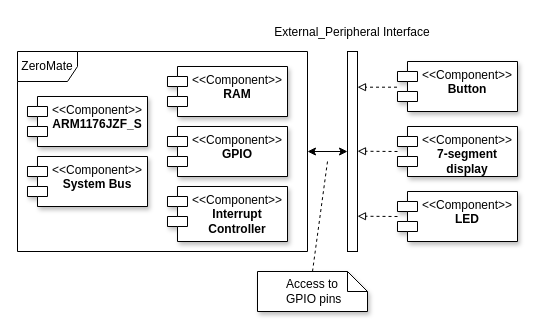
Above: docs/diagrams/peripherals/peripherals.drawio in silhavyj/ZeroMate (draw.io), before the change. Source tidied: cells renumbered, new cells numbered last; positions are measured from the earlier drawing's top-left corner, leaving out a move shared by most shapes. Both pictures are drawn from the tidied source at 100%, with x=0, y=0 at pixel (17, 17).
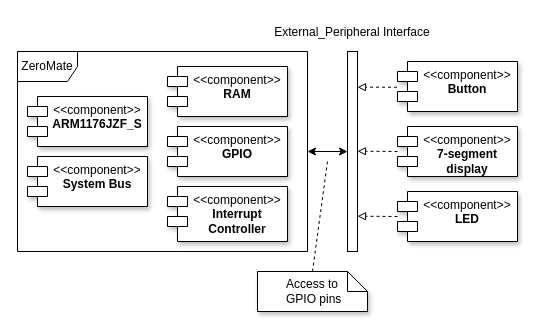
The same diagram, later.

The edit, as a diff of the source:
```diff
@@
-    <mxCell id="3" value="&amp;lt;&amp;lt;Component&amp;gt;&amp;gt;&lt;br&gt;&lt;b&gt;RAM&lt;/b&gt;" style="shape=module;align=left;spacingLeft=20;align=center;verticalAlign=top;whiteSpace=wrap;html=1;fontFamily=Computer Modern;shadow=1;" parent="1" vertex="1">
+    <mxCell id="3" value="&amp;lt;&amp;lt;component&amp;gt;&amp;gt;&lt;br&gt;&lt;b&gt;RAM&lt;/b&gt;" style="shape=module;align=left;spacingLeft=20;align=center;verticalAlign=top;whiteSpace=wrap;html=1;fontFamily=Computer Modern;shadow=1;" parent="1" vertex="1">
       <mxGeometry x="150" y="49" width="120" height="50" as="geometry" />
     </mxCell>
-    <mxCell id="4" value="&amp;lt;&amp;lt;Component&amp;gt;&amp;gt;&lt;br&gt;&lt;b&gt;GPIO&lt;/b&gt;" style="shape=module;align=left;spacingLeft=20;align=center;verticalAlign=top;whiteSpace=wrap;html=1;fontFamily=Computer Modern;shadow=1;" parent="1" vertex="1">
+    <mxCell id="4" value="&amp;lt;&amp;lt;component&amp;gt;&amp;gt;&lt;br&gt;&lt;b&gt;GPIO&lt;/b&gt;" style="shape=module;align=left;spacingLeft=20;align=center;verticalAlign=top;whiteSpace=wrap;html=1;fontFamily=Computer Modern;shadow=1;" parent="1" vertex="1">
       <mxGeometry x="150" y="109" width="120" height="50" as="geometry" />
     </mxCell>
-    <mxCell id="5" value="&amp;lt;&amp;lt;Component&amp;gt;&amp;gt;&lt;br&gt;&lt;b&gt;Interrupt Controller&lt;/b&gt;" style="shape=module;align=left;spacingLeft=20;align=center;verticalAlign=top;whiteSpace=wrap;html=1;fontFamily=Computer Modern;shadow=1;" parent="1" vertex="1">
+    <mxCell id="5" value="&amp;lt;&amp;lt;component&amp;gt;&amp;gt;&lt;br&gt;&lt;b&gt;Interrupt Controller&lt;/b&gt;" style="shape=module;align=left;spacingLeft=20;align=center;verticalAlign=top;whiteSpace=wrap;html=1;fontFamily=Computer Modern;shadow=1;" parent="1" vertex="1">
       <mxGeometry x="150" y="169" width="120" height="55" as="geometry" />
     </mxCell>
-    <mxCell id="6" value="&amp;lt;&amp;lt;Component&amp;gt;&amp;gt;&lt;br&gt;&lt;b&gt;ARM1176JZF_S&lt;/b&gt;" style="shape=module;align=left;spacingLeft=20;align=center;verticalAlign=top;whiteSpace=wrap;html=1;fontFamily=Computer Modern;shadow=1;" parent="1" vertex="1">
+    <mxCell id="6" value="&amp;lt;&amp;lt;component&amp;gt;&amp;gt;&lt;br&gt;&lt;b&gt;ARM1176JZF_S&lt;/b&gt;" style="shape=module;align=left;spacingLeft=20;align=center;verticalAlign=top;whiteSpace=wrap;html=1;fontFamily=Computer Modern;shadow=1;" parent="1" vertex="1">
       <mxGeometry x="10" y="79" width="120" height="50" as="geometry" />
     </mxCell>
@@
-    <mxCell id="10" value="&amp;lt;&amp;lt;Component&amp;gt;&amp;gt;&lt;br&gt;&lt;b&gt;Button&lt;/b&gt;" style="shape=module;align=left;spacingLeft=20;align=center;verticalAlign=top;whiteSpace=wrap;html=1;fontFamily=Computer Modern;shadow=1;" parent="1" vertex="1">
+    <mxCell id="10" value="&amp;lt;&amp;lt;component&amp;gt;&amp;gt;&lt;br&gt;&lt;b&gt;Button&lt;/b&gt;" style="shape=module;align=left;spacingLeft=20;align=center;verticalAlign=top;whiteSpace=wrap;html=1;fontFamily=Computer Modern;shadow=1;" parent="1" vertex="1">
       <mxGeometry x="380" y="44" width="120" height="50" as="geometry" />
     </mxCell>
-    <mxCell id="11" value="&amp;lt;&amp;lt;Component&amp;gt;&amp;gt;&lt;br&gt;&lt;b&gt;7-segment display&lt;/b&gt;" style="shape=module;align=left;spacingLeft=20;align=center;verticalAlign=top;whiteSpace=wrap;html=1;fontFamily=Computer Modern;shadow=1;" parent="1" vertex="1">
+    <mxCell id="11" value="&amp;lt;&amp;lt;component&amp;gt;&amp;gt;&lt;br&gt;&lt;b&gt;7-segment display&lt;/b&gt;" style="shape=module;align=left;spacingLeft=20;align=center;verticalAlign=top;whiteSpace=wrap;html=1;fontFamily=Computer Modern;shadow=1;" parent="1" vertex="1">
       <mxGeometry x="380" y="109" width="120" height="50" as="geometry" />
     </mxCell>
-    <mxCell id="12" value="&amp;lt;&amp;lt;Component&amp;gt;&amp;gt;&lt;br&gt;&lt;b&gt;LED&lt;/b&gt;" style="shape=module;align=left;spacingLeft=20;align=center;verticalAlign=top;whiteSpace=wrap;html=1;fontFamily=Computer Modern;shadow=1;" parent="1" vertex="1">
+    <mxCell id="12" value="&amp;lt;&amp;lt;component&amp;gt;&amp;gt;&lt;br&gt;&lt;b&gt;LED&lt;/b&gt;" style="shape=module;align=left;spacingLeft=20;align=center;verticalAlign=top;whiteSpace=wrap;html=1;fontFamily=Computer Modern;shadow=1;" parent="1" vertex="1">
       <mxGeometry x="380" y="174" width="120" height="50" as="geometry" />
     </mxCell>
@@
-    <mxCell id="16" value="&amp;lt;&amp;lt;Component&amp;gt;&amp;gt;&lt;br&gt;&lt;b&gt;System Bus&lt;/b&gt;" style="shape=module;align=left;spacingLeft=20;align=center;verticalAlign=top;whiteSpace=wrap;html=1;fontFamily=Computer Modern;shadow=1;" parent="1" vertex="1">
+    <mxCell id="16" value="&amp;lt;&amp;lt;component&amp;gt;&amp;gt;&lt;br&gt;&lt;b&gt;System Bus&lt;/b&gt;" style="shape=module;align=left;spacingLeft=20;align=center;verticalAlign=top;whiteSpace=wrap;html=1;fontFamily=Computer Modern;shadow=1;" parent="1" vertex="1">
       <mxGeometry x="10" y="139" width="120" height="50" as="geometry" />
     </mxCell>
```
